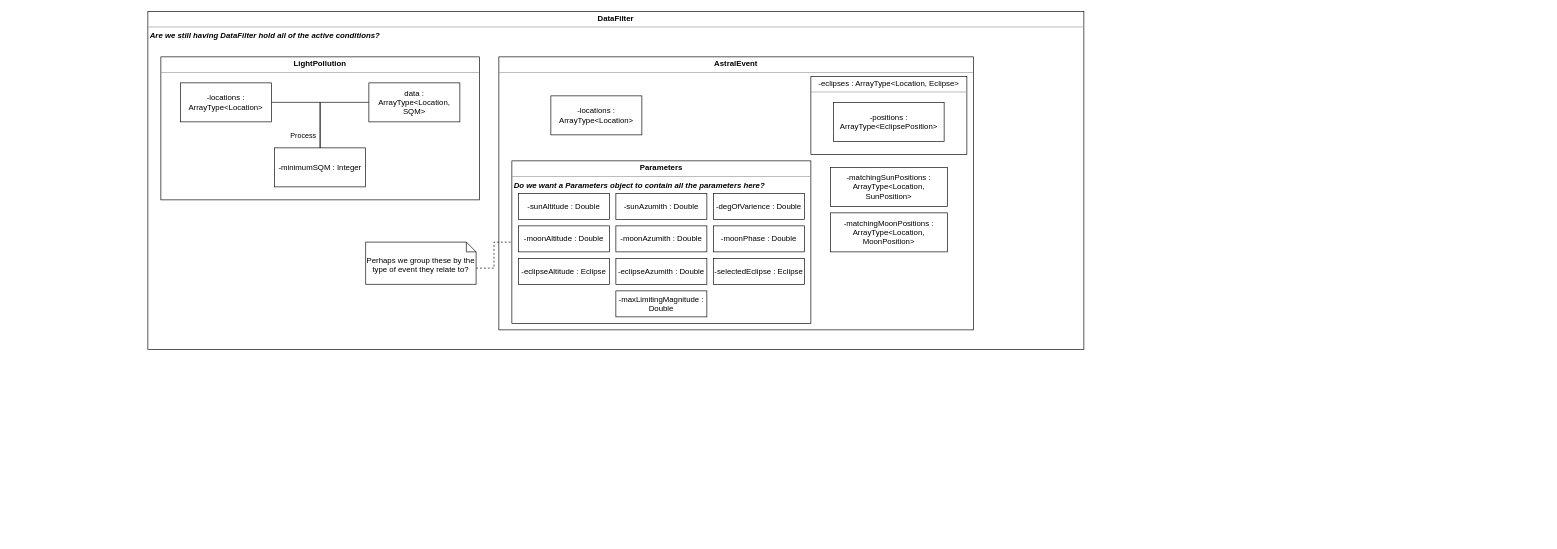
Above: UML/DrawIO/CompositeStructureDiagram.drawio in ALEEF02/PrecisionLocationProcessor (draw.io), before the change. Source tidied: cells renumbered, new cells numbered last; positions are measured from the earlier drawing's top-left corner, leaving out a move shared by most shapes. Both pictures are drawn from the tidied source at 65%, with x=0, y=0 at pixel (148, 11).
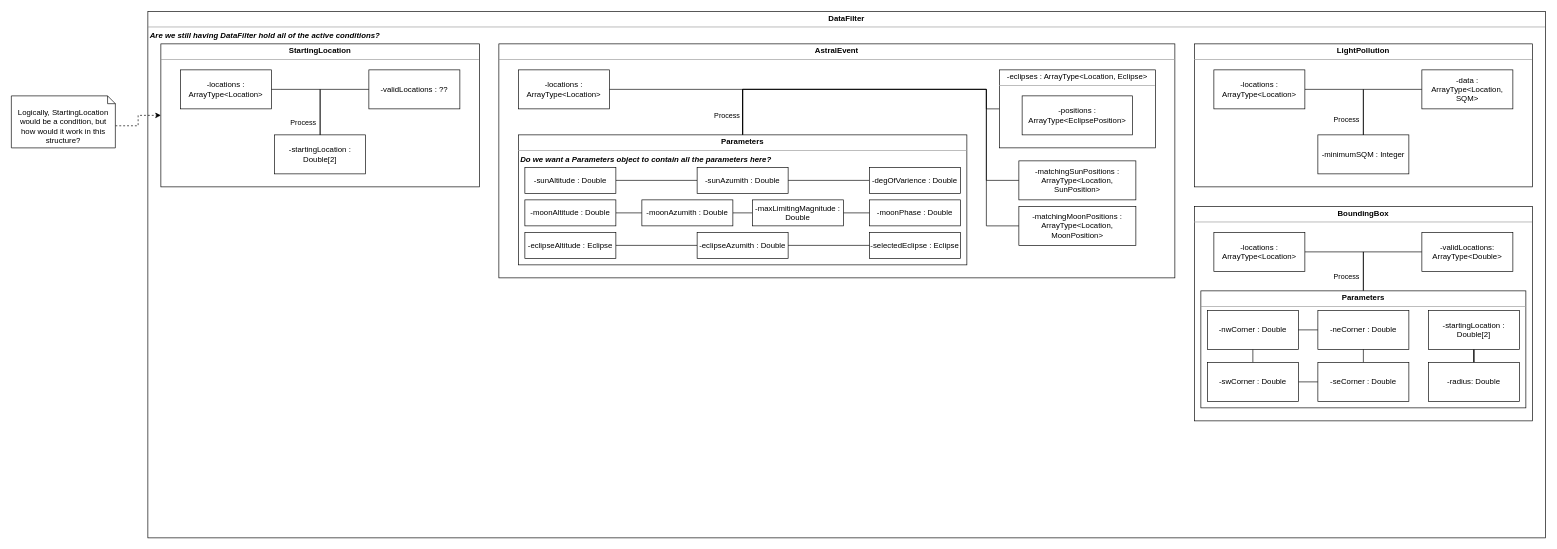
After the change.

Commit message:
Add StartLocation and BoundingBox

Change to the diagram source:
```diff
@@
     <mxCell id="2" value="&lt;p style=&quot;margin:0px;margin-top:4px;text-align:center;&quot;&gt;&lt;b&gt;DataFilter&lt;/b&gt;&lt;/p&gt;&lt;hr size=&quot;1&quot;&gt;&lt;div style=&quot;height:2px;&quot;&gt;&lt;b&gt;&lt;i&gt;&amp;nbsp;Are we still having DataFilter hold all of the active conditions?&lt;/i&gt;&lt;/b&gt;&lt;/div&gt;" style="verticalAlign=top;align=left;overflow=fill;fontSize=12;fontFamily=Helvetica;html=1;whiteSpace=wrap;" parent="1" vertex="1">
-      <mxGeometry width="1440" height="520" as="geometry" />
+      <mxGeometry width="2150" height="810" as="geometry" />
     </mxCell>
-    <mxCell id="3" value="&lt;p style=&quot;margin:0px;margin-top:4px;text-align:center;&quot;&gt;&lt;b&gt;LightPollution&lt;/b&gt;&lt;/p&gt;&lt;hr size=&quot;1&quot;&gt;&lt;div style=&quot;height:2px;&quot;&gt;&lt;br&gt;&lt;/div&gt;" style="verticalAlign=top;align=left;overflow=fill;fontSize=12;fontFamily=Helvetica;html=1;whiteSpace=wrap;" parent="1" vertex="1">
-      <mxGeometry x="20" y="70" width="490" height="220" as="geometry" />
+    <mxCell id="3" value="&lt;p style=&quot;margin:0px;margin-top:4px;text-align:center;&quot;&gt;&lt;b&gt;StartingLocation&lt;/b&gt;&lt;/p&gt;&lt;hr size=&quot;1&quot;&gt;&lt;div style=&quot;height:2px;&quot;&gt;&lt;br&gt;&lt;/div&gt;" style="verticalAlign=top;align=left;overflow=fill;fontSize=12;fontFamily=Helvetica;html=1;whiteSpace=wrap;" parent="1" vertex="1">
+      <mxGeometry x="20" y="50" width="490" height="220" as="geometry" />
     </mxCell>
-    <mxCell id="4" value="-minimumSQM : Integer" style="html=1;whiteSpace=wrap;" parent="1" vertex="1">
-      <mxGeometry x="195" y="210" width="140" height="60" as="geometry" />
+    <mxCell id="4" value="-startingLocation : Double[2]" style="html=1;whiteSpace=wrap;" parent="1" vertex="1">
+      <mxGeometry x="195" y="190" width="140" height="60" as="geometry" />
     </mxCell>
@@
     <mxCell id="6" value="-locations : ArrayType&amp;lt;Location&amp;gt;" style="html=1;whiteSpace=wrap;" parent="1" vertex="1">
-      <mxGeometry x="50" y="110" width="140" height="60" as="geometry" />
+      <mxGeometry x="50" y="90" width="140" height="60" as="geometry" />
     </mxCell>
@@
-    <mxCell id="9" value="&lt;div&gt;data : ArrayType&amp;lt;Location, SQM&amp;gt;&lt;/div&gt;" style="html=1;whiteSpace=wrap;" parent="1" vertex="1">
-      <mxGeometry x="340" y="110" width="140" height="60" as="geometry" />
+    <mxCell id="9" value="&lt;div&gt;-validLocations : ??&lt;/div&gt;" style="html=1;whiteSpace=wrap;" parent="1" vertex="1">
+      <mxGeometry x="340" y="90" width="140" height="60" as="geometry" />
     </mxCell>
     <mxCell id="10" value="&lt;p style=&quot;margin:0px;margin-top:4px;text-align:center;&quot;&gt;&lt;b&gt;AstralEvent&lt;/b&gt;&lt;/p&gt;&lt;hr size=&quot;1&quot;&gt;&lt;div style=&quot;height:2px;&quot;&gt;&lt;br&gt;&lt;/div&gt;" style="verticalAlign=top;align=left;overflow=fill;fontSize=12;fontFamily=Helvetica;html=1;whiteSpace=wrap;" parent="1" vertex="1">
-      <mxGeometry x="540" y="70" width="730" height="420" as="geometry" />
+      <mxGeometry x="540" y="50" width="1040" height="360" as="geometry" />
     </mxCell>
+    <mxCell id="29" style="edgeStyle=orthogonalEdgeStyle;rounded=0;jettySize=auto;html=1;exitX=0;exitY=0.5;exitDx=0;exitDy=0;entryX=0.5;entryY=0;entryDx=0;entryDy=0;endArrow=none;endFill=0;" parent="1" edge="1" source="11" target="16">
+      <mxGeometry relative="1" as="geometry">
+        <Array as="points">
+          <mxPoint x="1290" y="150" />
+          <mxPoint x="1290" y="120" />
+          <mxPoint x="915" y="120" />
+        </Array>
+      </mxGeometry>
+    </mxCell>
     <mxCell id="11" value="&lt;p style=&quot;margin:0px;margin-top:4px;text-align:center;&quot;&gt;-eclipses : ArrayType&amp;lt;Location, Eclipse&amp;gt;&lt;/p&gt;&lt;hr size=&quot;1&quot;&gt;&lt;div style=&quot;height:2px;&quot;&gt;&lt;br&gt;&lt;/div&gt;" style="verticalAlign=top;align=left;overflow=fill;fontSize=12;fontFamily=Helvetica;html=1;whiteSpace=wrap;" parent="1" vertex="1">
-      <mxGeometry x="1020" y="100" width="240" height="120" as="geometry" />
+      <mxGeometry x="1310" y="90" width="240" height="120" as="geometry" />
     </mxCell>
     <mxCell id="12" value="&lt;div&gt;-positions : ArrayType&amp;lt;EclipsePosition&amp;gt;&lt;/div&gt;" style="html=1;whiteSpace=wrap;" parent="1" vertex="1">
-      <mxGeometry x="1055" y="140" width="170" height="60" as="geometry" />
+      <mxGeometry x="1345" y="130" width="170" height="60" as="geometry" />
     </mxCell>
+    <mxCell id="30" style="edgeStyle=orthogonalEdgeStyle;rounded=0;jettySize=auto;html=1;exitX=0;exitY=0.5;exitDx=0;exitDy=0;entryX=0.5;entryY=0;entryDx=0;entryDy=0;endArrow=none;endFill=0;" parent="1" edge="1" source="13" target="16">
+      <mxGeometry relative="1" as="geometry">
+        <Array as="points">
+          <mxPoint x="1290" y="260" />
+          <mxPoint x="1290" y="120" />
+          <mxPoint x="915" y="120" />
+        </Array>
+      </mxGeometry>
+    </mxCell>
     <mxCell id="13" value="&lt;div&gt;-matchingSunPositions : ArrayType&amp;lt;Location, SunPosition&amp;gt;&lt;/div&gt;" style="html=1;whiteSpace=wrap;" parent="1" vertex="1">
-      <mxGeometry x="1050" y="240" width="180" height="60" as="geometry" />
+      <mxGeometry x="1340" y="230" width="180" height="60" as="geometry" />
     </mxCell>
+    <mxCell id="31" style="edgeStyle=orthogonalEdgeStyle;rounded=0;jettySize=auto;html=1;exitX=0;exitY=0.5;exitDx=0;exitDy=0;entryX=0.5;entryY=0;entryDx=0;entryDy=0;endArrow=none;endFill=0;" parent="1" edge="1" source="14" target="16">
+      <mxGeometry relative="1" as="geometry">
+        <Array as="points">
+          <mxPoint x="1290" y="330" />
+          <mxPoint x="1290" y="120" />
+          <mxPoint x="915" y="120" />
+        </Array>
+      </mxGeometry>
+    </mxCell>
     <mxCell id="14" value="&lt;div&gt;-matchingMoonPositions : ArrayType&amp;lt;Location, MoonPosition&amp;gt;&lt;/div&gt;" style="html=1;whiteSpace=wrap;" parent="1" vertex="1">
-      <mxGeometry x="1050" y="310" width="180" height="60" as="geometry" />
+      <mxGeometry x="1340" y="300" width="180" height="60" as="geometry" />
     </mxCell>
+    <mxCell id="32" style="edgeStyle=orthogonalEdgeStyle;rounded=0;jettySize=auto;html=1;exitX=1;exitY=0.5;exitDx=0;exitDy=0;entryX=0.5;entryY=0;entryDx=0;entryDy=0;endArrow=none;endFill=0;" parent="1" edge="1" source="15" target="16">
+      <mxGeometry relative="1" as="geometry" />
+    </mxCell>
+    <mxCell id="33" value="Process" style="edgeLabel;html=1;align=center;verticalAlign=middle;" parent="32" vertex="1">
+      <mxGeometry x="0.68" y="-1" relative="1" as="geometry">
+        <mxPoint x="-24" y="14" as="offset" />
+      </mxGeometry>
+    </mxCell>
     <mxCell id="15" value="-locations : ArrayType&amp;lt;Location&amp;gt;" style="html=1;whiteSpace=wrap;" parent="1" vertex="1">
-      <mxGeometry x="620" y="130" width="140" height="60" as="geometry" />
+      <mxGeometry x="570" y="90" width="140" height="60" as="geometry" />
     </mxCell>
+    <mxCell id="34" style="group;" parent="1" vertex="1">
+      <mxGeometry x="570" y="190" width="690" height="200" as="geometry" />
+    </mxCell>
-    <mxCell id="16" value="&lt;p style=&quot;margin:0px;margin-top:4px;text-align:center;&quot;&gt;&lt;b&gt;Parameters&lt;/b&gt;&lt;/p&gt;&lt;hr size=&quot;1&quot;&gt;&lt;div style=&quot;height:2px;&quot;&gt;&amp;nbsp;&lt;b&gt;&lt;i&gt;Do we want a Parameters object to contain all the parameters here?&lt;/i&gt;&lt;/b&gt;&lt;/div&gt;" style="verticalAlign=top;align=left;overflow=fill;fontSize=12;fontFamily=Helvetica;html=1;whiteSpace=wrap;" parent="1" vertex="1">
-      <mxGeometry x="560" y="230" width="460" height="250" as="geometry" />
+    <mxCell id="16" value="&lt;p style=&quot;margin:0px;margin-top:4px;text-align:center;&quot;&gt;&lt;b&gt;Parameters&lt;/b&gt;&lt;/p&gt;&lt;hr size=&quot;1&quot;&gt;&lt;div style=&quot;height:2px;&quot;&gt;&amp;nbsp;&lt;b&gt;&lt;i&gt;Do we want a Parameters object to contain all the parameters here?&lt;/i&gt;&lt;/b&gt;&lt;/div&gt;" style="verticalAlign=top;align=left;overflow=fill;fontSize=12;fontFamily=Helvetica;html=1;whiteSpace=wrap;" parent="34" vertex="1">
+      <mxGeometry width="690" height="200" as="geometry" />
     </mxCell>
+    <mxCell id="35" style="edgeStyle=orthogonalEdgeStyle;rounded=0;jettySize=auto;html=1;exitX=1;exitY=0.5;exitDx=0;exitDy=0;entryX=0;entryY=0.5;entryDx=0;entryDy=0;endArrow=none;endFill=0;" parent="34" edge="1" source="17" target="18">
+      <mxGeometry relative="1" as="geometry" />
+    </mxCell>
-    <mxCell id="17" value="-sunAltitude : Double" style="html=1;whiteSpace=wrap;" parent="1" vertex="1">
-      <mxGeometry x="570" y="280" width="140" height="40" as="geometry" />
+    <mxCell id="17" value="-sunAltitude : Double" style="html=1;whiteSpace=wrap;" parent="34" vertex="1">
+      <mxGeometry x="10" y="50" width="140" height="40" as="geometry" />
     </mxCell>
+    <mxCell id="36" style="edgeStyle=orthogonalEdgeStyle;rounded=0;jettySize=auto;html=1;exitX=1;exitY=0.5;exitDx=0;exitDy=0;entryX=0;entryY=0.5;entryDx=0;entryDy=0;endArrow=none;endFill=0;" parent="34" edge="1" source="18" target="21">
+      <mxGeometry relative="1" as="geometry" />
+    </mxCell>
-    <mxCell id="18" value="-sunAzumith : Double" style="html=1;whiteSpace=wrap;" parent="1" vertex="1">
-      <mxGeometry x="720" y="280" width="140" height="40" as="geometry" />
+    <mxCell id="18" value="-sunAzumith : Double" style="html=1;whiteSpace=wrap;" parent="34" vertex="1">
+      <mxGeometry x="275" y="50" width="140" height="40" as="geometry" />
     </mxCell>
+    <mxCell id="37" style="edgeStyle=orthogonalEdgeStyle;rounded=0;jettySize=auto;html=1;exitX=1;exitY=0.5;exitDx=0;exitDy=0;entryX=0;entryY=0.5;entryDx=0;entryDy=0;endArrow=none;endFill=0;" parent="34" edge="1" source="19" target="20">
+      <mxGeometry relative="1" as="geometry" />
+    </mxCell>
-    <mxCell id="19" value="-moonAltitude : Double" style="html=1;whiteSpace=wrap;" parent="1" vertex="1">
-      <mxGeometry x="570" y="330" width="140" height="40" as="geometry" />
+    <mxCell id="19" value="-moonAltitude : Double" style="html=1;whiteSpace=wrap;" parent="34" vertex="1">
+      <mxGeometry x="10" y="100" width="140" height="40" as="geometry" />
     </mxCell>
+    <mxCell id="38" style="edgeStyle=orthogonalEdgeStyle;rounded=0;jettySize=auto;html=1;exitX=1;exitY=0.5;exitDx=0;exitDy=0;entryX=0;entryY=0.5;entryDx=0;entryDy=0;endArrow=none;endFill=0;" parent="34" edge="1" source="20" target="28">
+      <mxGeometry relative="1" as="geometry" />
+    </mxCell>
-    <mxCell id="20" value="-moonAzumith : Double" style="html=1;whiteSpace=wrap;" parent="1" vertex="1">
-      <mxGeometry x="720" y="330" width="140" height="40" as="geometry" />
+    <mxCell id="20" value="-moonAzumith : Double" style="html=1;whiteSpace=wrap;" parent="34" vertex="1">
+      <mxGeometry x="190" y="100" width="140" height="40" as="geometry" />
     </mxCell>
-    <mxCell id="21" value="-degOfVarience : Double" style="html=1;whiteSpace=wrap;" parent="1" vertex="1">
-      <mxGeometry x="870" y="280" width="140" height="40" as="geometry" />
+    <mxCell id="21" value="-degOfVarience : Double" style="html=1;whiteSpace=wrap;" parent="34" vertex="1">
+      <mxGeometry x="540" y="50" width="140" height="40" as="geometry" />
     </mxCell>
-    <mxCell id="22" value="-moonPhase : Double" style="html=1;whiteSpace=wrap;" parent="1" vertex="1">
-      <mxGeometry x="870" y="330" width="140" height="40" as="geometry" />
+    <mxCell id="22" value="-moonPhase : Double" style="html=1;whiteSpace=wrap;" parent="34" vertex="1">
+      <mxGeometry x="540" y="100" width="140" height="40" as="geometry" />
     </mxCell>
-    <mxCell id="23" value="-selectedEclipse : Eclipse" style="html=1;whiteSpace=wrap;" parent="1" vertex="1">
-      <mxGeometry x="870" y="380" width="140" height="40" as="geometry" />
+    <mxCell id="23" value="-selectedEclipse : Eclipse" style="html=1;whiteSpace=wrap;" parent="34" vertex="1">
+      <mxGeometry x="540" y="150" width="140" height="40" as="geometry" />
     </mxCell>
+    <mxCell id="39" style="edgeStyle=orthogonalEdgeStyle;rounded=0;jettySize=auto;html=1;exitX=1;exitY=0.5;exitDx=0;exitDy=0;entryX=0;entryY=0.5;entryDx=0;entryDy=0;endArrow=none;endFill=0;" parent="34" edge="1" source="24" target="25">
+      <mxGeometry relative="1" as="geometry" />
+    </mxCell>
-    <mxCell id="24" value="-eclipseAltitude : Eclipse" style="html=1;whiteSpace=wrap;" parent="1" vertex="1">
-      <mxGeometry x="570" y="380" width="140" height="40" as="geometry" />
+    <mxCell id="24" value="-eclipseAltitude : Eclipse" style="html=1;whiteSpace=wrap;" parent="34" vertex="1">
+      <mxGeometry x="10" y="150" width="140" height="40" as="geometry" />
     </mxCell>
+    <mxCell id="40" style="edgeStyle=orthogonalEdgeStyle;rounded=0;jettySize=auto;html=1;exitX=1;exitY=0.5;exitDx=0;exitDy=0;entryX=0;entryY=0.5;entryDx=0;entryDy=0;endArrow=none;endFill=0;" parent="34" edge="1" source="25" target="23">
+      <mxGeometry relative="1" as="geometry" />
+    </mxCell>
-    <mxCell id="25" value="-eclipseAzumith : Double" style="html=1;whiteSpace=wrap;" parent="1" vertex="1">
-      <mxGeometry x="720" y="380" width="140" height="40" as="geometry" />
+    <mxCell id="25" value="-eclipseAzumith : Double" style="html=1;whiteSpace=wrap;" parent="34" vertex="1">
+      <mxGeometry x="275" y="150" width="140" height="40" as="geometry" />
     </mxCell>
-    <mxCell id="26" style="edgeStyle=orthogonalEdgeStyle;rounded=0;jettySize=auto;html=1;exitX=0;exitY=0;exitDx=170;exitDy=40;exitPerimeter=0;entryX=0;entryY=0.5;entryDx=0;entryDy=0;dashed=1;endArrow=none;endFill=0;" parent="1" edge="1" source="27" target="16">
-      <mxGeometry relative="1" as="geometry" />
-    </mxCell>
-    <mxCell id="27" value="Perhaps we group these by the type of event they relate to?" style="shape=note2;boundedLbl=1;whiteSpace=wrap;html=1;size=15;verticalAlign=top;align=center;" parent="1" vertex="1">
-      <mxGeometry x="335" y="355" width="170" height="65" as="geometry" />
-    </mxCell>
+    <mxCell id="41" style="edgeStyle=orthogonalEdgeStyle;rounded=0;jettySize=auto;html=1;exitX=1;exitY=0.5;exitDx=0;exitDy=0;entryX=0;entryY=0.5;entryDx=0;entryDy=0;endArrow=none;endFill=0;" parent="34" edge="1" source="28" target="22">
+      <mxGeometry relative="1" as="geometry" />
+    </mxCell>
-    <mxCell id="28" value="-maxLimitingMagnitude : Double" style="html=1;whiteSpace=wrap;" parent="1" vertex="1">
-      <mxGeometry x="720" y="430" width="140" height="40" as="geometry" />
+    <mxCell id="28" value="-maxLimitingMagnitude : Double" style="html=1;whiteSpace=wrap;" parent="34" vertex="1">
+      <mxGeometry x="360" y="100" width="140" height="40" as="geometry" />
     </mxCell>
+    <mxCell id="42" value="&lt;p style=&quot;margin:0px;margin-top:4px;text-align:center;&quot;&gt;&lt;b&gt;LightPollution&lt;/b&gt;&lt;/p&gt;&lt;hr size=&quot;1&quot;&gt;&lt;div style=&quot;height:2px;&quot;&gt;&lt;br&gt;&lt;/div&gt;" style="verticalAlign=top;align=left;overflow=fill;fontSize=12;fontFamily=Helvetica;html=1;whiteSpace=wrap;" parent="1" vertex="1">
+      <mxGeometry x="1610" y="50" width="520" height="220" as="geometry" />
+    </mxCell>
+    <mxCell id="43" value="-minimumSQM : Integer" style="html=1;whiteSpace=wrap;" parent="1" vertex="1">
+      <mxGeometry x="1800" y="190" width="140" height="60" as="geometry" />
+    </mxCell>
+    <mxCell id="44" style="edgeStyle=orthogonalEdgeStyle;rounded=0;jettySize=auto;html=1;exitX=1;exitY=0.5;exitDx=0;exitDy=0;entryX=0.5;entryY=0;entryDx=0;entryDy=0;endArrow=none;endFill=0;" parent="1" edge="1" source="45" target="43">
+      <mxGeometry relative="1" as="geometry" />
+    </mxCell>
+    <mxCell id="45" value="-locations : ArrayType&amp;lt;Location&amp;gt;" style="html=1;whiteSpace=wrap;" parent="1" vertex="1">
+      <mxGeometry x="1640" y="90" width="140" height="60" as="geometry" />
+    </mxCell>
+    <mxCell id="46" style="edgeStyle=orthogonalEdgeStyle;rounded=0;jettySize=auto;html=1;exitX=0;exitY=0.5;exitDx=0;exitDy=0;entryX=0.5;entryY=0;entryDx=0;entryDy=0;endArrow=none;endFill=0;" parent="1" edge="1" source="48" target="43">
+      <mxGeometry relative="1" as="geometry" />
+    </mxCell>
+    <mxCell id="47" value="Process" style="edgeLabel;html=1;align=center;verticalAlign=middle;" parent="46" vertex="1">
+      <mxGeometry x="0.35" y="-1" relative="1" as="geometry">
+        <mxPoint x="-26" y="27" as="offset" />
+      </mxGeometry>
+    </mxCell>
+    <mxCell id="48" value="&lt;div&gt;-data : ArrayType&amp;lt;Location, SQM&amp;gt;&lt;/div&gt;" style="html=1;whiteSpace=wrap;" parent="1" vertex="1">
+      <mxGeometry x="1960" y="90" width="140" height="60" as="geometry" />
+    </mxCell>
+    <mxCell id="49" value="&lt;p style=&quot;margin:0px;margin-top:4px;text-align:center;&quot;&gt;&lt;b&gt;BoundingBox&lt;/b&gt;&lt;/p&gt;&lt;hr size=&quot;1&quot;&gt;&lt;div style=&quot;height:2px;&quot;&gt;&lt;br&gt;&lt;/div&gt;" style="verticalAlign=top;align=left;overflow=fill;fontSize=12;fontFamily=Helvetica;html=1;whiteSpace=wrap;" parent="1" vertex="1">
+      <mxGeometry x="1610" y="300" width="520" height="330" as="geometry" />
+    </mxCell>
+    <mxCell id="50" style="edgeStyle=orthogonalEdgeStyle;rounded=0;jettySize=auto;html=1;exitX=1;exitY=0.5;exitDx=0;exitDy=0;entryX=0.5;entryY=0;entryDx=0;entryDy=0;endArrow=none;endFill=0;" parent="1" edge="1" source="51" target="55">
+      <mxGeometry relative="1" as="geometry" />
+    </mxCell>
+    <mxCell id="51" value="-locations : ArrayType&amp;lt;Location&amp;gt;" style="html=1;whiteSpace=wrap;" parent="1" vertex="1">
+      <mxGeometry x="1640" y="340" width="140" height="60" as="geometry" />
+    </mxCell>
+    <mxCell id="52" style="edgeStyle=orthogonalEdgeStyle;rounded=0;jettySize=auto;html=1;exitX=0;exitY=0.5;exitDx=0;exitDy=0;entryX=0.5;entryY=0;entryDx=0;entryDy=0;endArrow=none;endFill=0;" parent="1" edge="1" source="54" target="55">
+      <mxGeometry relative="1" as="geometry" />
+    </mxCell>
+    <mxCell id="53" value="Process" style="edgeLabel;html=1;align=center;verticalAlign=middle;" parent="52" vertex="1">
+      <mxGeometry x="0.35" y="-1" relative="1" as="geometry">
+        <mxPoint x="-26" y="27" as="offset" />
+      </mxGeometry>
+    </mxCell>
+    <mxCell id="54" value="&lt;div&gt;-validLocations: ArrayType&amp;lt;Double&amp;gt;&lt;/div&gt;" style="html=1;whiteSpace=wrap;" parent="1" vertex="1">
+      <mxGeometry x="1960" y="340" width="140" height="60" as="geometry" />
+    </mxCell>
+    <mxCell id="55" value="&lt;p style=&quot;margin:0px;margin-top:4px;text-align:center;&quot;&gt;&lt;b&gt;Parameters&lt;/b&gt;&lt;/p&gt;&lt;hr size=&quot;1&quot;&gt;&lt;div style=&quot;height:2px;&quot;&gt;&lt;br&gt;&lt;/div&gt;" style="verticalAlign=top;align=left;overflow=fill;fontSize=12;fontFamily=Helvetica;html=1;whiteSpace=wrap;" parent="1" vertex="1">
+      <mxGeometry x="1620" y="430" width="500" height="180" as="geometry" />
+    </mxCell>
+    <mxCell id="56" style="edgeStyle=orthogonalEdgeStyle;rounded=0;jettySize=auto;html=1;exitX=0.5;exitY=1;exitDx=0;exitDy=0;entryX=0.5;entryY=0;entryDx=0;entryDy=0;endArrow=none;endFill=0;" parent="1" edge="1" source="57" target="63">
+      <mxGeometry relative="1" as="geometry" />
+    </mxCell>
+    <mxCell id="57" value="-nwCorner : Double" style="html=1;whiteSpace=wrap;" parent="1" vertex="1">
+      <mxGeometry x="1630" y="460" width="140" height="60" as="geometry" />
+    </mxCell>
+    <mxCell id="58" style="edgeStyle=orthogonalEdgeStyle;rounded=0;jettySize=auto;html=1;exitX=0;exitY=0.5;exitDx=0;exitDy=0;entryX=1;entryY=0.5;entryDx=0;entryDy=0;endArrow=none;endFill=0;" parent="1" edge="1" source="59" target="57">
+      <mxGeometry relative="1" as="geometry" />
+    </mxCell>
+    <mxCell id="59" value="-neCorner : Double" style="html=1;whiteSpace=wrap;" parent="1" vertex="1">
+      <mxGeometry x="1800" y="460" width="140" height="60" as="geometry" />
+    </mxCell>
+    <mxCell id="60" style="edgeStyle=orthogonalEdgeStyle;rounded=0;jettySize=auto;html=1;exitX=0.5;exitY=0;exitDx=0;exitDy=0;entryX=0.5;entryY=1;entryDx=0;entryDy=0;endArrow=none;endFill=0;" parent="1" edge="1" source="62" target="59">
+      <mxGeometry relative="1" as="geometry" />
+    </mxCell>
+    <mxCell id="61" style="edgeStyle=orthogonalEdgeStyle;rounded=0;jettySize=auto;html=1;exitX=0;exitY=0.5;exitDx=0;exitDy=0;entryX=1;entryY=0.5;entryDx=0;entryDy=0;endArrow=none;endFill=0;" parent="1" edge="1" source="62" target="63">
+      <mxGeometry relative="1" as="geometry" />
+    </mxCell>
+    <mxCell id="62" value="-seCorner : Double" style="html=1;whiteSpace=wrap;" parent="1" vertex="1">
+      <mxGeometry x="1800" y="540" width="140" height="60" as="geometry" />
+    </mxCell>
+    <mxCell id="63" value="-swCorner : Double" style="html=1;whiteSpace=wrap;" parent="1" vertex="1">
+      <mxGeometry x="1630" y="540" width="140" height="60" as="geometry" />
+    </mxCell>
+    <mxCell id="64" style="edgeStyle=orthogonalEdgeStyle;rounded=0;jettySize=auto;html=1;exitX=0.5;exitY=1;exitDx=0;exitDy=0;endArrow=none;endFill=0;" parent="1" edge="1" source="65" target="66">
+      <mxGeometry relative="1" as="geometry" />
+    </mxCell>
+    <mxCell id="65" value="-startingLocation : Double[2]" style="html=1;whiteSpace=wrap;" parent="1" vertex="1">
+      <mxGeometry x="1970" y="460" width="140" height="60" as="geometry" />
+    </mxCell>
+    <mxCell id="66" value="-radius: Double" style="html=1;whiteSpace=wrap;" parent="1" vertex="1">
+      <mxGeometry x="1970" y="540" width="140" height="60" as="geometry" />
+    </mxCell>
+    <mxCell id="67" style="edgeStyle=orthogonalEdgeStyle;rounded=0;jettySize=auto;html=1;exitX=0;exitY=0;exitDx=160;exitDy=46;exitPerimeter=0;entryX=0;entryY=0.5;entryDx=0;entryDy=0;dashed=1;" parent="1" edge="1" source="68" target="3">
+      <mxGeometry relative="1" as="geometry" />
+    </mxCell>
+    <mxCell id="68" value="Logically, StartingLocation would be a condition, but how would it work in this structure?" style="shape=note2;boundedLbl=1;whiteSpace=wrap;html=1;size=12;verticalAlign=top;align=center;" parent="1" vertex="1">
+      <mxGeometry x="-210" y="130" width="160" height="80" as="geometry" />
+    </mxCell>
```
